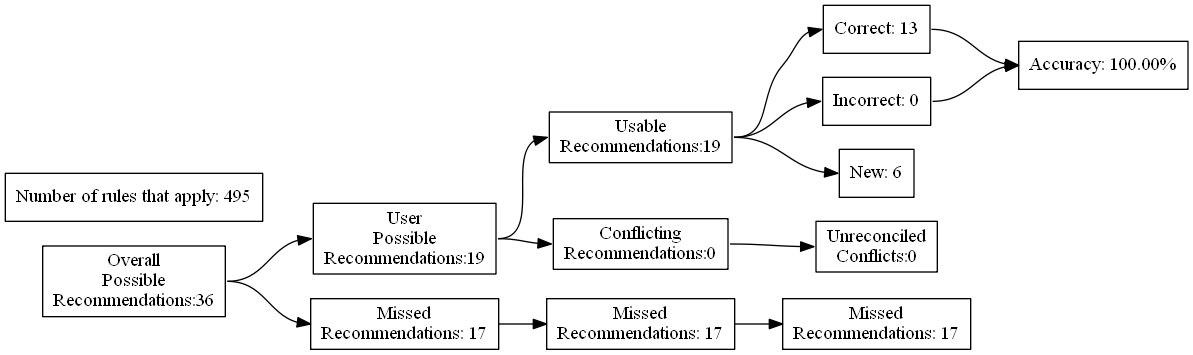
The Graphviz diagram test_renders/41.gv.png in ZaxR/ibd_diet_analysis, before a commit. Its source is kept beside it as test_renders/41.gv. Its diagram source:
```dot
digraph {
	graph [rankdir=LR]
	node [pos=r shape=box]
	edge [headport=w tailport=e]
		A [label="Overall
Possible
Recommendations:36"]
		B [label="User
Possible
Recommendations:19"]
		C [label="Missed
Recommendations: 17"]
		D [label="Usable
Recommendations:19"]
		E [label="Conflicting
Recommendations:0"]
		J [label="Missed
Recommendations: 17"]
		M [label="Unreconciled
Conflicts:0"]
		F [label="Correct: 13"]
		G [label="Incorrect: 0"]
		H [label="New: 6"]
		K [label="Missed
Recommendations: 17"]
		I [label="Accuracy: 100.00%"]
		l [label="Number of rules that apply: 495"]
			A -> B
			A -> C
			B -> D
			B -> E
			D -> F
			D -> G
			D -> H
			F -> I
			G -> I
			C -> J
			J -> K
			E -> M
}
```
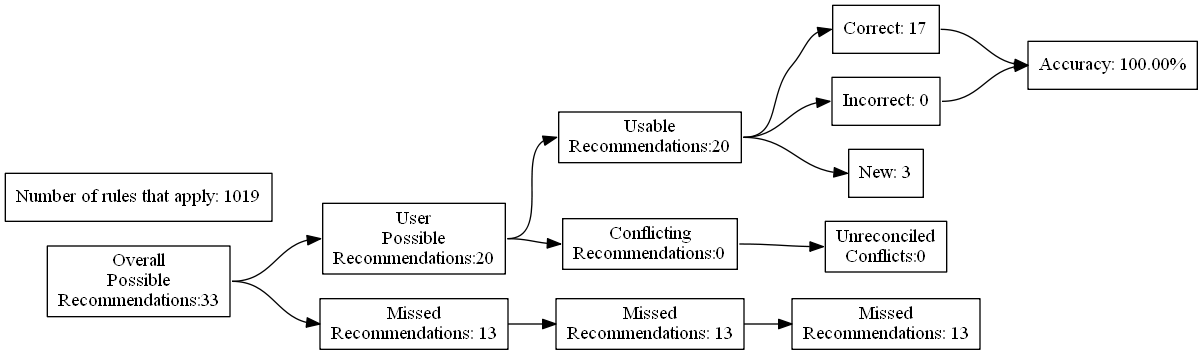
After the commit.

Change to the diagram source:
```diff
@@ -4,27 +4,27 @@
 	edge [headport=w tailport=e]
 		A [label="Overall
 Possible
-Recommendations:36"]
+Recommendations:33"]
 		B [label="User
 Possible
-Recommendations:19"]
+Recommendations:20"]
 		C [label="Missed
-Recommendations: 17"]
+Recommendations: 13"]
 		D [label="Usable
-Recommendations:19"]
+Recommendations:20"]
 		E [label="Conflicting
 Recommendations:0"]
 		J [label="Missed
-Recommendations: 17"]
+Recommendations: 13"]
 		M [label="Unreconciled
 Conflicts:0"]
-		F [label="Correct: 13"]
+		F [label="Correct: 17"]
 		G [label="Incorrect: 0"]
-		H [label="New: 6"]
+		H [label="New: 3"]
 		K [label="Missed
-Recommendations: 17"]
+Recommendations: 13"]
 		I [label="Accuracy: 100.00%"]
-		l [label="Number of rules that apply: 495"]
+		l [label="Number of rules that apply: 1019"]
 			A -> B
 			A -> C
 			B -> D
```
